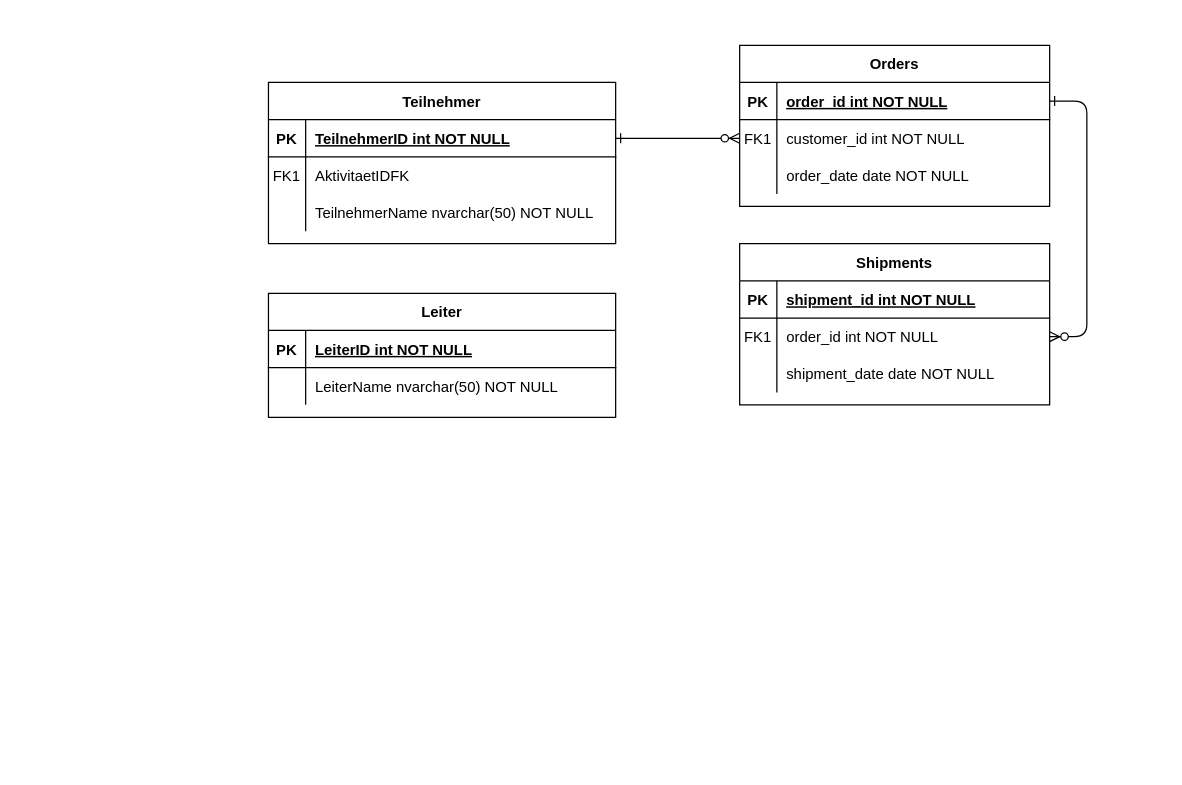
Above: CVAVT/Diagrams/ER-Datenbank v1.0.drawio in mastapetz/CVAVT (draw.io), before the change. Source tidied: cells renumbered, new cells numbered last; positions are measured from the earlier drawing's top-left corner, leaving out a move shared by most shapes. Both pictures are drawn from the tidied source at 124%, with x=0, y=0 at pixel (268, 45).
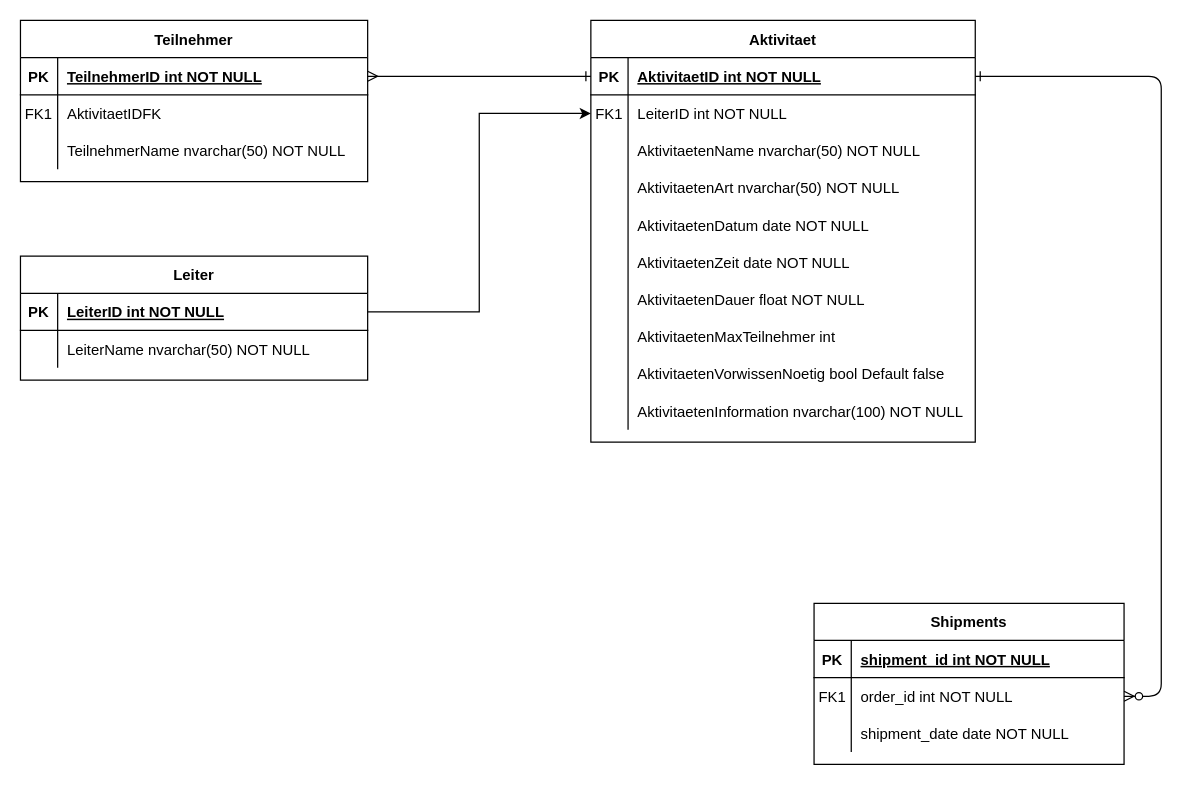
The same page after the edit.

Unchanged cells that the change refers to:
```xml
<mxCell id="25" style="shape=partialRectangle;fillColor=none;points=[[0,0.5],[1,0.5]];portConstraint=eastwest;top=0;left=0;right=0;bottom=1;" parent="24" vertex="1">
  <mxGeometry y="30" width="280" height="30" as="geometry" />
</mxCell>
<mxCell id="35" style="shape=partialRectangle;fillColor=none;points=[[0,0.5],[1,0.5]];portConstraint=eastwest;top=0;left=0;right=0;bottom=1;" parent="34" vertex="1">
  <mxGeometry y="30" width="280" height="30" as="geometry" />
</mxCell>
```

The edit, as a diff of the source:
```diff
@@
-    <mxCell id="2" style="edgeStyle=entityRelationEdgeStyle;endArrow=ERzeroToMany;startArrow=ERone;endFill=1;startFill=0;" parent="1" edge="1" source="25" target="8">
+    <mxCell id="2" style="edgeStyle=entityRelationEdgeStyle;endArrow=ERone;startArrow=ERmany;endFill=0;startFill=0;entryX=0;entryY=0.5;entryDx=0;entryDy=0;" parent="1" edge="1" source="25" target="5">
       <mxGeometry relative="1" as="geometry" />
     </mxCell>
@@
-    <mxCell id="4" value="Orders" style="shape=table;startSize=30;childLayout=tableLayout;rowLines=0;fontStyle=1;align=center;" parent="1" vertex="1">
-      <mxGeometry x="380" width="250" height="130" as="geometry" />
+    <mxCell id="4" value="Aktivitaet" style="shape=table;startSize=30;childLayout=tableLayout;rowLines=0;fontStyle=1;align=center;" parent="1" vertex="1">
+      <mxGeometry x="260" y="-20" width="310" height="340" as="geometry" />
     </mxCell>
     <mxCell id="5" style="shape=partialRectangle;fillColor=none;points=[[0,0.5],[1,0.5]];portConstraint=eastwest;top=0;left=0;right=0;bottom=1;" parent="4" vertex="1">
-      <mxGeometry y="30" width="250" height="30" as="geometry" />
+      <mxGeometry y="30" width="310" height="30" as="geometry" />
     </mxCell>
@@
-    <mxCell id="7" value="order_id int NOT NULL " style="shape=partialRectangle;overflow=hidden;fillColor=none;top=0;left=0;bottom=0;right=0;align=left;spacingLeft=6;fontStyle=5;" parent="5" vertex="1">
-      <mxGeometry x="30" width="220" height="30" as="geometry" />
+    <mxCell id="7" value="AktivitaetID int NOT NULL " style="shape=partialRectangle;overflow=hidden;fillColor=none;top=0;left=0;bottom=0;right=0;align=left;spacingLeft=6;fontStyle=5;" parent="5" vertex="1">
+      <mxGeometry x="30" width="280" height="30" as="geometry" />
     </mxCell>
     <mxCell id="8" style="shape=partialRectangle;fillColor=none;points=[[0,0.5],[1,0.5]];portConstraint=eastwest;top=0;left=0;right=0;bottom=0;" parent="4" vertex="1">
-      <mxGeometry y="60" width="250" height="30" as="geometry" />
+      <mxGeometry y="60" width="310" height="30" as="geometry" />
     </mxCell>
@@
-    <mxCell id="10" value="customer_id int NOT NULL" style="shape=partialRectangle;overflow=hidden;fillColor=none;top=0;left=0;bottom=0;right=0;align=left;spacingLeft=6;" parent="8" vertex="1">
-      <mxGeometry x="30" width="220" height="30" as="geometry" />
+    <mxCell id="10" value="LeiterID int NOT NULL" style="shape=partialRectangle;overflow=hidden;fillColor=none;top=0;left=0;bottom=0;right=0;align=left;spacingLeft=6;" parent="8" vertex="1">
+      <mxGeometry x="30" width="280" height="30" as="geometry" />
     </mxCell>
     <mxCell id="11" style="shape=partialRectangle;fillColor=none;top=0;left=0;right=0;bottom=0;" parent="4" vertex="1">
-      <mxGeometry y="90" width="250" height="30" as="geometry" />
+      <mxGeometry y="90" width="310" height="30" as="geometry" />
     </mxCell>
@@
-    <mxCell id="13" value="order_date date NOT NULL" style="shape=partialRectangle;overflow=hidden;fillColor=none;top=0;left=0;bottom=0;right=0;align=left;spacingLeft=6;" parent="11" vertex="1">
-      <mxGeometry x="30" width="220" height="30" as="geometry" />
+    <mxCell id="13" value="AktivitaetenName nvarchar(50) NOT NULL" style="shape=partialRectangle;overflow=hidden;fillColor=none;top=0;left=0;bottom=0;right=0;align=left;spacingLeft=6;" parent="11" vertex="1">
+      <mxGeometry x="30" width="280" height="30" as="geometry" />
     </mxCell>
+    <mxCell id="41" style="shape=partialRectangle;fillColor=none;top=0;left=0;right=0;bottom=0;" parent="4" vertex="1">
+      <mxGeometry y="120" width="310" height="30" as="geometry" />
+    </mxCell>
+    <mxCell id="42" style="shape=partialRectangle;overflow=hidden;fillColor=none;top=0;left=0;bottom=0;right=0;" parent="41" vertex="1">
+      <mxGeometry width="30" height="30" as="geometry" />
+    </mxCell>
+    <mxCell id="43" value="AktivitaetenArt nvarchar(50) NOT NULL" style="shape=partialRectangle;overflow=hidden;fillColor=none;top=0;left=0;bottom=0;right=0;align=left;spacingLeft=6;" parent="41" vertex="1">
+      <mxGeometry x="30" width="280" height="30" as="geometry" />
+    </mxCell>
+    <mxCell id="44" style="shape=partialRectangle;fillColor=none;top=0;left=0;right=0;bottom=0;" parent="4" vertex="1">
+      <mxGeometry y="150" width="310" height="30" as="geometry" />
+    </mxCell>
+    <mxCell id="45" style="shape=partialRectangle;overflow=hidden;fillColor=none;top=0;left=0;bottom=0;right=0;" parent="44" vertex="1">
+      <mxGeometry width="30" height="30" as="geometry" />
+    </mxCell>
+    <mxCell id="46" value="AktivitaetenDatum date NOT NULL" style="shape=partialRectangle;overflow=hidden;fillColor=none;top=0;left=0;bottom=0;right=0;align=left;spacingLeft=6;" parent="44" vertex="1">
+      <mxGeometry x="30" width="280" height="30" as="geometry" />
+    </mxCell>
+    <mxCell id="47" style="shape=partialRectangle;fillColor=none;top=0;left=0;right=0;bottom=0;" parent="4" vertex="1">
+      <mxGeometry y="180" width="310" height="30" as="geometry" />
+    </mxCell>
+    <mxCell id="48" style="shape=partialRectangle;overflow=hidden;fillColor=none;top=0;left=0;bottom=0;right=0;" parent="47" vertex="1">
+      <mxGeometry width="30" height="30" as="geometry" />
+    </mxCell>
+    <mxCell id="49" value="AktivitaetenZeit date NOT NULL" style="shape=partialRectangle;overflow=hidden;fillColor=none;top=0;left=0;bottom=0;right=0;align=left;spacingLeft=6;" parent="47" vertex="1">
+      <mxGeometry x="30" width="280" height="30" as="geometry" />
+    </mxCell>
+    <mxCell id="50" style="shape=partialRectangle;fillColor=none;top=0;left=0;right=0;bottom=0;" parent="4" vertex="1">
+      <mxGeometry y="210" width="310" height="30" as="geometry" />
+    </mxCell>
+    <mxCell id="51" style="shape=partialRectangle;overflow=hidden;fillColor=none;top=0;left=0;bottom=0;right=0;" parent="50" vertex="1">
+      <mxGeometry width="30" height="30" as="geometry" />
+    </mxCell>
+    <mxCell id="52" value="AktivitaetenDauer float NOT NULL" style="shape=partialRectangle;overflow=hidden;fillColor=none;top=0;left=0;bottom=0;right=0;align=left;spacingLeft=6;" parent="50" vertex="1">
+      <mxGeometry x="30" width="280" height="30" as="geometry" />
+    </mxCell>
+    <mxCell id="53" style="shape=partialRectangle;fillColor=none;top=0;left=0;right=0;bottom=0;" parent="4" vertex="1">
+      <mxGeometry y="240" width="310" height="30" as="geometry" />
+    </mxCell>
+    <mxCell id="54" style="shape=partialRectangle;overflow=hidden;fillColor=none;top=0;left=0;bottom=0;right=0;" parent="53" vertex="1">
+      <mxGeometry width="30" height="30" as="geometry" />
+    </mxCell>
+    <mxCell id="55" value="AktivitaetenMaxTeilnehmer int" style="shape=partialRectangle;overflow=hidden;fillColor=none;top=0;left=0;bottom=0;right=0;align=left;spacingLeft=6;" parent="53" vertex="1">
+      <mxGeometry x="30" width="280" height="30" as="geometry" />
+    </mxCell>
+    <mxCell id="56" style="shape=partialRectangle;fillColor=none;top=0;left=0;right=0;bottom=0;" parent="4" vertex="1">
+      <mxGeometry y="270" width="310" height="30" as="geometry" />
+    </mxCell>
+    <mxCell id="57" style="shape=partialRectangle;overflow=hidden;fillColor=none;top=0;left=0;bottom=0;right=0;" parent="56" vertex="1">
+      <mxGeometry width="30" height="30" as="geometry" />
+    </mxCell>
+    <mxCell id="58" value="AktivitaetenVorwissenNoetig bool Default false" style="shape=partialRectangle;overflow=hidden;fillColor=none;top=0;left=0;bottom=0;right=0;align=left;spacingLeft=6;" parent="56" vertex="1">
+      <mxGeometry x="30" width="280" height="30" as="geometry" />
+    </mxCell>
+    <mxCell id="59" style="shape=partialRectangle;fillColor=none;top=0;left=0;right=0;bottom=0;" parent="4" vertex="1">
+      <mxGeometry y="300" width="310" height="30" as="geometry" />
+    </mxCell>
+    <mxCell id="60" style="shape=partialRectangle;overflow=hidden;fillColor=none;top=0;left=0;bottom=0;right=0;" parent="59" vertex="1">
+      <mxGeometry width="30" height="30" as="geometry" />
+    </mxCell>
+    <mxCell id="61" value="AktivitaetenInformation nvarchar(100) NOT NULL" style="shape=partialRectangle;overflow=hidden;fillColor=none;top=0;left=0;bottom=0;right=0;align=left;spacingLeft=6;" parent="59" vertex="1">
+      <mxGeometry x="30" width="280" height="30" as="geometry" />
+    </mxCell>
     <mxCell id="14" value="Shipments" style="shape=table;startSize=30;childLayout=tableLayout;rowLines=0;fontStyle=1;align=center;" parent="1" vertex="1">
-      <mxGeometry x="380" y="160" width="250" height="130" as="geometry" />
+      <mxGeometry x="440" y="450" width="250" height="130" as="geometry" />
     </mxCell>
@@
     <mxCell id="24" value="Teilnehmer" style="shape=table;startSize=30;childLayout=tableLayout;rowLines=0;fontStyle=1;align=center;" parent="1" vertex="1">
-      <mxGeometry y="30" width="280" height="130" as="geometry" />
+      <mxGeometry x="-200" y="-20" width="280" height="130" as="geometry" />
     </mxCell>
@@
     <mxCell id="34" value="Leiter" style="shape=table;startSize=30;childLayout=tableLayout;rowLines=0;fontStyle=1;align=center;" parent="1" vertex="1">
-      <mxGeometry y="200" width="280" height="100" as="geometry" />
+      <mxGeometry x="-200" y="170" width="280" height="100" as="geometry" />
     </mxCell>
@@
+    <mxCell id="62" style="edgeStyle=orthogonalEdgeStyle;rounded=0;jettySize=auto;html=1;exitX=1;exitY=0.5;exitDx=0;exitDy=0;entryX=0;entryY=0.5;entryDx=0;entryDy=0;" parent="1" edge="1" source="35" target="8">
+      <mxGeometry relative="1" as="geometry" />
+    </mxCell>
```
